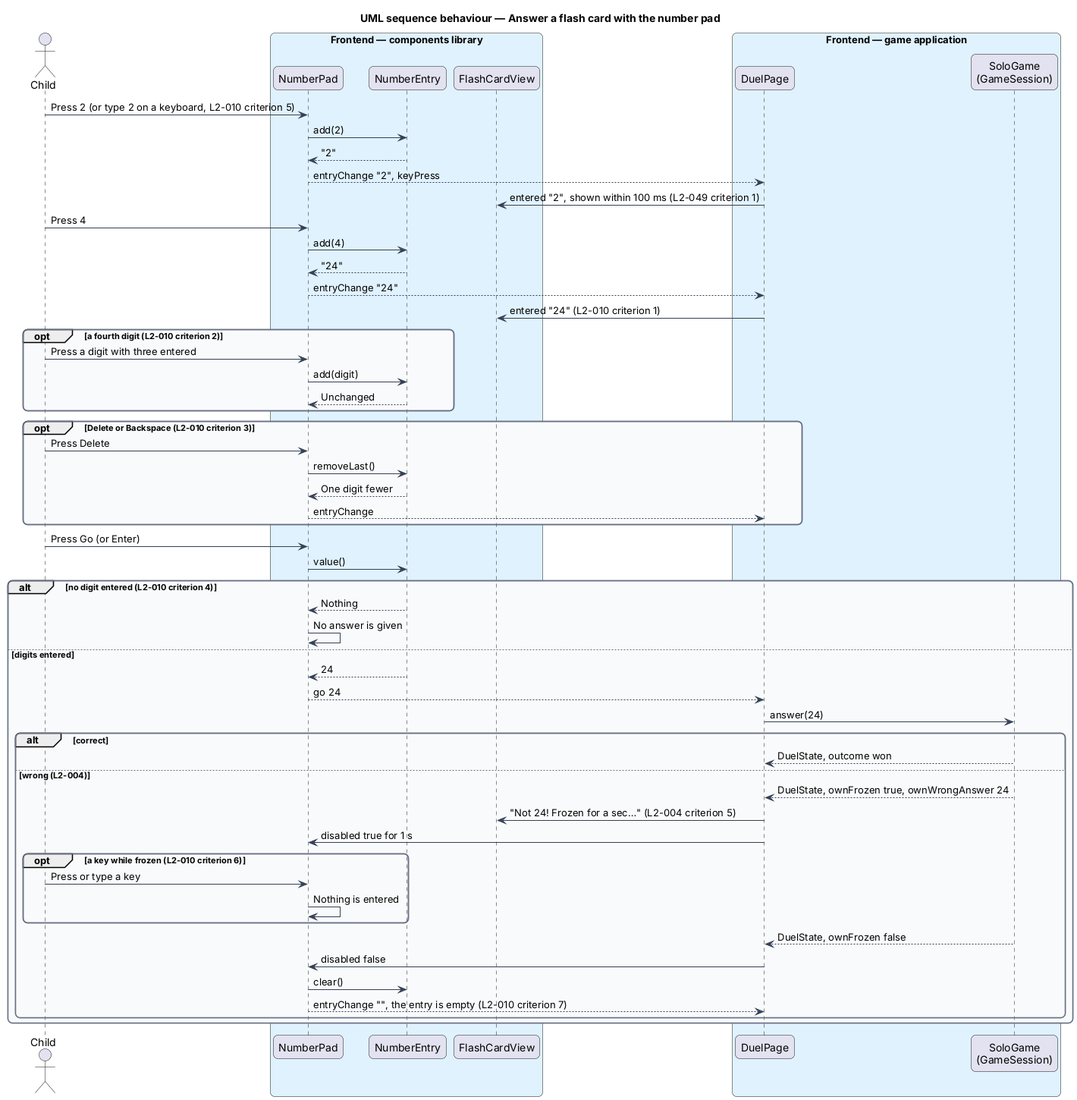
Above: docs/detailed-designs/answering/answer-with-number-pad/diagrams/sequence-answer-with-number-pad.png in QuinntyneBrown/around-the-world (PlantUML), before the change. Its source is kept beside it as docs/detailed-designs/answering/answer-with-number-pad/diagrams/sequence-answer-with-number-pad.puml. Source of this version:
```plantuml
@startuml
title UML sequence behaviour — Answer a flash card with the number pad
skinparam backgroundColor #FFFFFF
skinparam shadowing false
skinparam roundcorner 12
skinparam defaultFontName Arial
skinparam ArrowColor #344054
skinparam rectangle {
  BorderColor #344054
  FontColor #101828
}
skinparam package {
  BorderColor #667085
  FontColor #101828
  BackgroundColor #F9FAFB
}
actor "Child" as child
box "Frontend — components library" #E0F2FE
  participant "NumberPad" as pad
  participant "NumberEntry" as entry
  participant "FlashCardView" as card
end box
box "Frontend — game application" #E0F2FE
  participant "DuelPage" as page
  participant "SoloGame\n(GameSession)" as solo
end box
child -> pad : Press 2 (or type 2 on a keyboard, L2-010 criterion 5)
pad -> entry : add(2)
entry --> pad : "2"
pad --> page : entryChange "2", keyPress
page -> card : entered "2", shown within 100 ms (L2-049 criterion 1)
child -> pad : Press 4
pad -> entry : add(4)
entry --> pad : "24"
pad --> page : entryChange "24"
page -> card : entered "24" (L2-010 criterion 1)
opt a fourth digit (L2-010 criterion 2)
  child -> pad : Press a digit with three entered
  pad -> entry : add(digit)
  entry --> pad : Unchanged
end
opt Delete or Backspace (L2-010 criterion 3)
  child -> pad : Press Delete
  pad -> entry : removeLast()
  entry --> pad : One digit fewer
  pad --> page : entryChange
end
child -> pad : Press Go (or Enter)
pad -> entry : value()
alt no digit entered (L2-010 criterion 4)
  entry --> pad : Nothing
  pad -> pad : No answer is given
else digits entered
  entry --> pad : 24
  pad --> page : go 24
  page -> solo : answer(24)
  alt correct
    solo --> page : DuelState, outcome won
  else wrong (L2-004)
    solo --> page : DuelState, ownFrozen true, ownWrongAnswer 24
    page -> card : "Not 24! Frozen for a sec…" (L2-004 criterion 5)
    page -> pad : disabled true for 1 s
    opt a key while frozen (L2-010 criterion 6)
      child -> pad : Press or type a key
      pad -> pad : Nothing is entered
    end
    solo --> page : DuelState, ownFrozen false
    page -> pad : disabled false
    pad -> entry : clear()
    pad --> page : entryChange "", the entry is empty (L2-010 criterion 7)
  end
end
@enduml
```
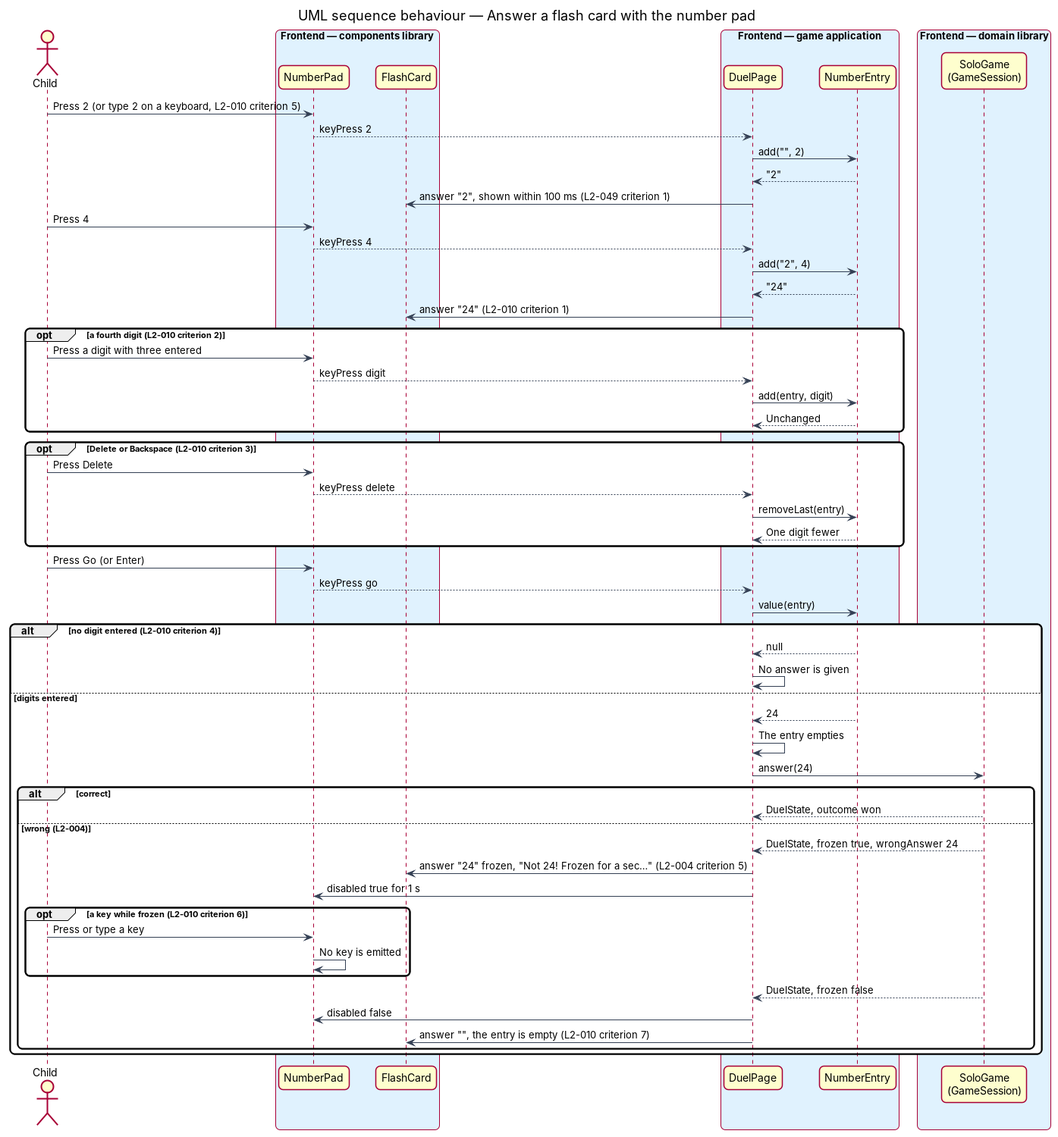
Above is the later version.

The edit, as a diff of the source:
```diff
@@ -17,57 +17,60 @@
 actor "Child" as child
 box "Frontend — components library" #E0F2FE
   participant "NumberPad" as pad
-  participant "NumberEntry" as entry
-  participant "FlashCardView" as card
+  participant "FlashCard" as card
 end box
 box "Frontend — game application" #E0F2FE
   participant "DuelPage" as page
+  participant "NumberEntry" as entry
+end box
+box "Frontend — domain library" #E0F2FE
   participant "SoloGame\n(GameSession)" as solo
 end box
 child -> pad : Press 2 (or type 2 on a keyboard, L2-010 criterion 5)
-pad -> entry : add(2)
-entry --> pad : "2"
-pad --> page : entryChange "2", keyPress
-page -> card : entered "2", shown within 100 ms (L2-049 criterion 1)
+pad --> page : keyPress 2
+page -> entry : add("", 2)
+entry --> page : "2"
+page -> card : answer "2", shown within 100 ms (L2-049 criterion 1)
 child -> pad : Press 4
-pad -> entry : add(4)
-entry --> pad : "24"
-pad --> page : entryChange "24"
-page -> card : entered "24" (L2-010 criterion 1)
+pad --> page : keyPress 4
+page -> entry : add("2", 4)
+entry --> page : "24"
+page -> card : answer "24" (L2-010 criterion 1)
 opt a fourth digit (L2-010 criterion 2)
   child -> pad : Press a digit with three entered
-  pad -> entry : add(digit)
-  entry --> pad : Unchanged
+  pad --> page : keyPress digit
+  page -> entry : add(entry, digit)
+  entry --> page : Unchanged
 end
 opt Delete or Backspace (L2-010 criterion 3)
   child -> pad : Press Delete
-  pad -> entry : removeLast()
-  entry --> pad : One digit fewer
-  pad --> page : entryChange
+  pad --> page : keyPress delete
+  page -> entry : removeLast(entry)
+  entry --> page : One digit fewer
 end
 child -> pad : Press Go (or Enter)
-pad -> entry : value()
+pad --> page : keyPress go
+page -> entry : value(entry)
 alt no digit entered (L2-010 criterion 4)
-  entry --> pad : Nothing
-  pad -> pad : No answer is given
+  entry --> page : null
+  page -> page : No answer is given
 else digits entered
-  entry --> pad : 24
-  pad --> page : go 24
+  entry --> page : 24
+  page -> page : The entry empties
   page -> solo : answer(24)
   alt correct
     solo --> page : DuelState, outcome won
   else wrong (L2-004)
-    solo --> page : DuelState, ownFrozen true, ownWrongAnswer 24
-    page -> card : "Not 24! Frozen for a sec…" (L2-004 criterion 5)
+    solo --> page : DuelState, frozen true, wrongAnswer 24
+    page -> card : answer "24" frozen, "Not 24! Frozen for a sec…" (L2-004 criterion 5)
     page -> pad : disabled true for 1 s
     opt a key while frozen (L2-010 criterion 6)
       child -> pad : Press or type a key
-      pad -> pad : Nothing is entered
+      pad -> pad : No key is emitted
     end
-    solo --> page : DuelState, ownFrozen false
+    solo --> page : DuelState, frozen false
     page -> pad : disabled false
-    pad -> entry : clear()
-    pad --> page : entryChange "", the entry is empty (L2-010 criterion 7)
+    page -> card : answer "", the entry is empty (L2-010 criterion 7)
   end
 end
 @enduml
```
